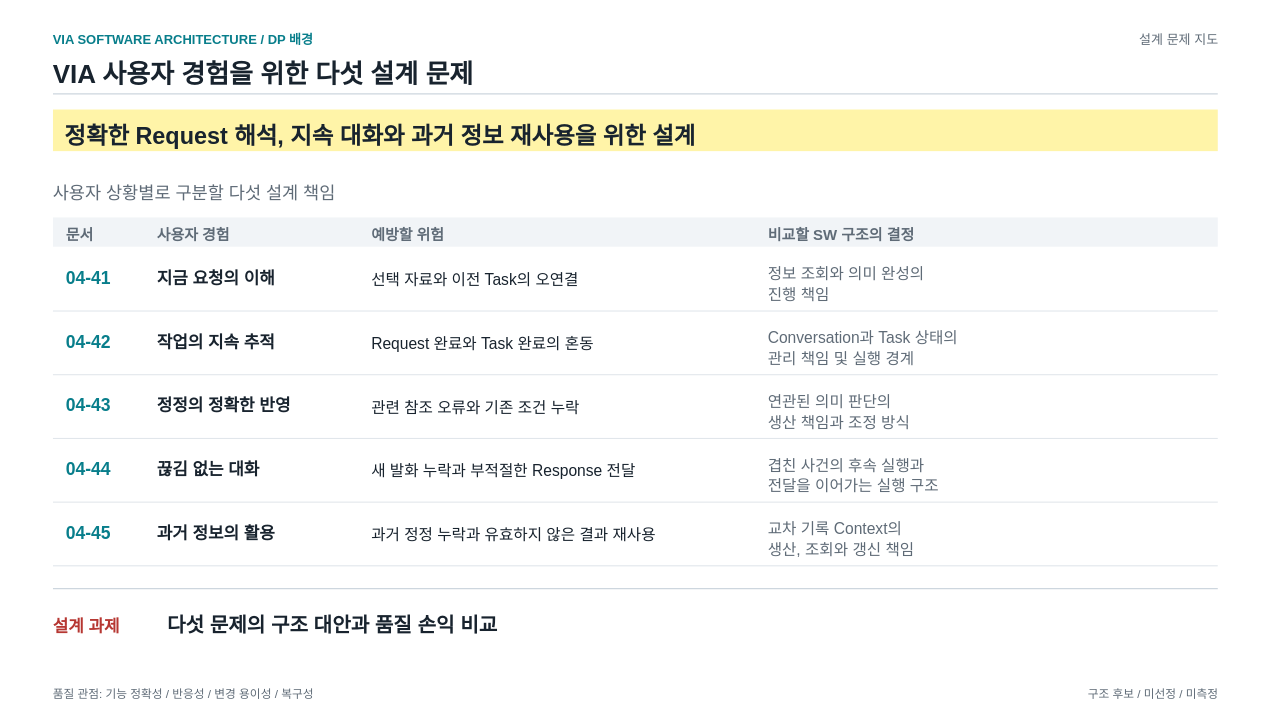
Earlier version of the draw.io diagram docs/architecture/12-decisions/decision-packages/diagrams/dp-background-overview.drawio (cbyche/via-sw-architecture). Source tidied: cells renumbered, new cells numbered last; positions are measured from the earlier drawing's top-left corner, leaving out a move shared by most shapes. Both pictures are drawn from the tidied source at 65%, with x=0, y=0 at pixel (11, 11).
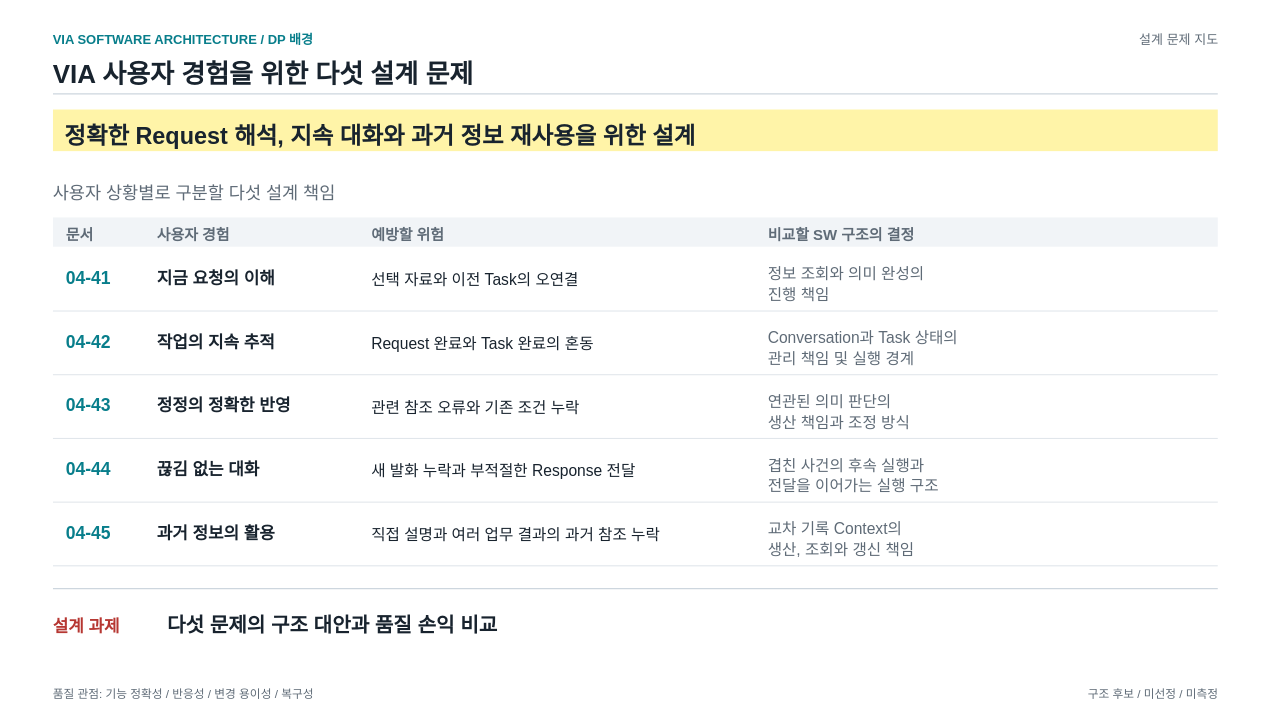
After the change.

Change to the diagram source:
```diff
@@
-    <mxCell id="42" value="&lt;div style=&quot;line-height:1.3;&quot;&gt;과거 정정 누락과 유효하지 않은 결과 재사용&lt;/div&gt;" style="fontFamily=Apple SD Gothic Neo;text;html=1;whiteSpace=nowrap;overflow=visible;fillColor=none;strokeColor=none;align=left;verticalAlign=top;spacing=0;fontSize=24;fontColor=#18232E;fontStyle=0;" parent="1" vertex="1">
+    <mxCell id="42" value="&lt;div style=&quot;line-height:1.3;&quot;&gt;직접 설명과 여러 업무 결과의 과거 참조 누락&lt;/div&gt;" style="fontFamily=Apple SD Gothic Neo;text;html=1;whiteSpace=nowrap;overflow=visible;fillColor=none;strokeColor=none;align=left;verticalAlign=top;spacing=0;fontSize=24;fontColor=#18232E;fontStyle=0;" parent="1" vertex="1">
       <mxGeometry x="554" y="785" width="566" height="31.2" as="geometry" />
     </mxCell>
```
